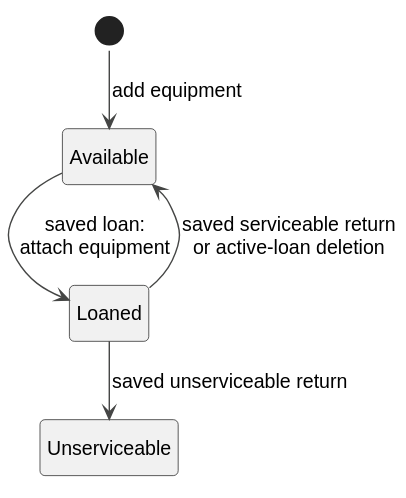
Above: docs/images/EquipmentAvailability.svg in AY2627S1-CS2113-W13-1/tp (PlantUML), before the change.
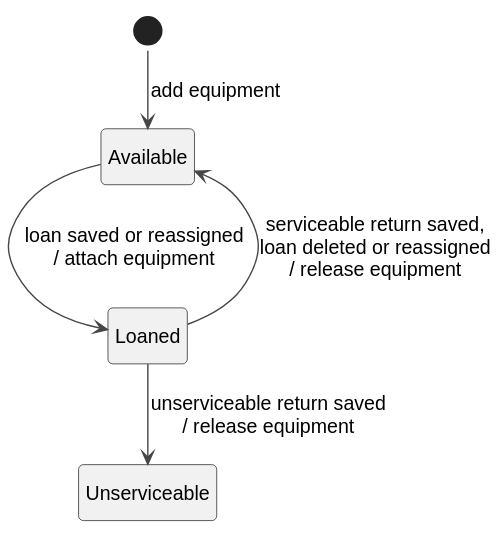
Later version of the same file.

Diff of the diagram source:
```diff
@@ -9,7 +9,7 @@
 state Unserviceable
 
 [*] --> Available : add equipment
-Available --> Loaned : saved loan:\nattach equipment
-Loaned --> Available : saved serviceable return\nor active-loan deletion
-Loaned --> Unserviceable : saved unserviceable return
+Available --> Loaned : loan saved or reassigned\n/ attach equipment
+Loaned --> Available : serviceable return saved,\nloan deleted or reassigned\n/ release equipment
+Loaned --> Unserviceable : unserviceable return saved\n/ release equipment
 @enduml
```
